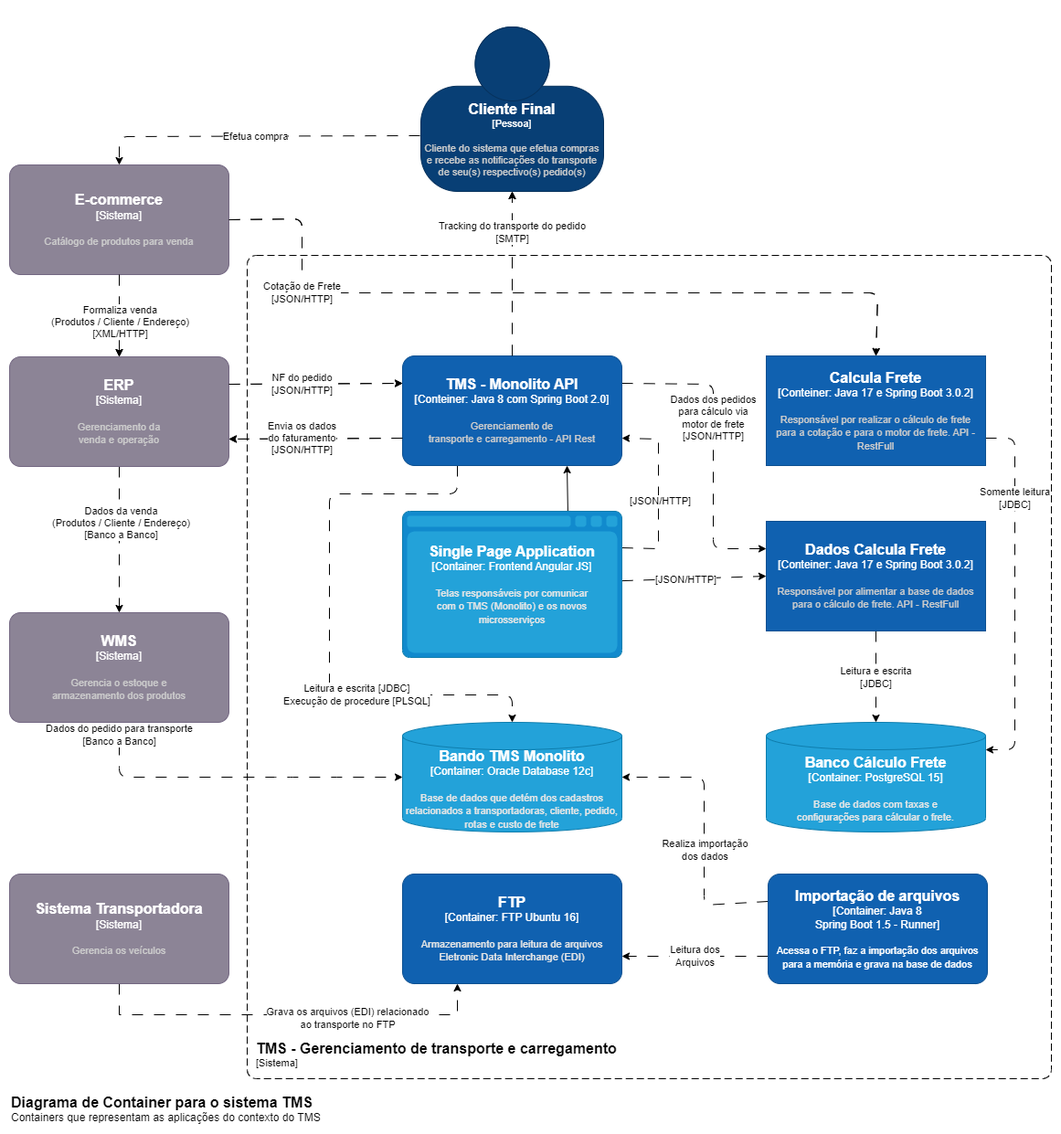
Before: diagramas/container.png, a diagram exported from draw.io (EdiPSilva/puc-minas-arquitetura-de-software). Source tidied: cells renumbered, new cells last; positions are measured from the earlier drawing's top-left corner, leaving out a move shared by most shapes.
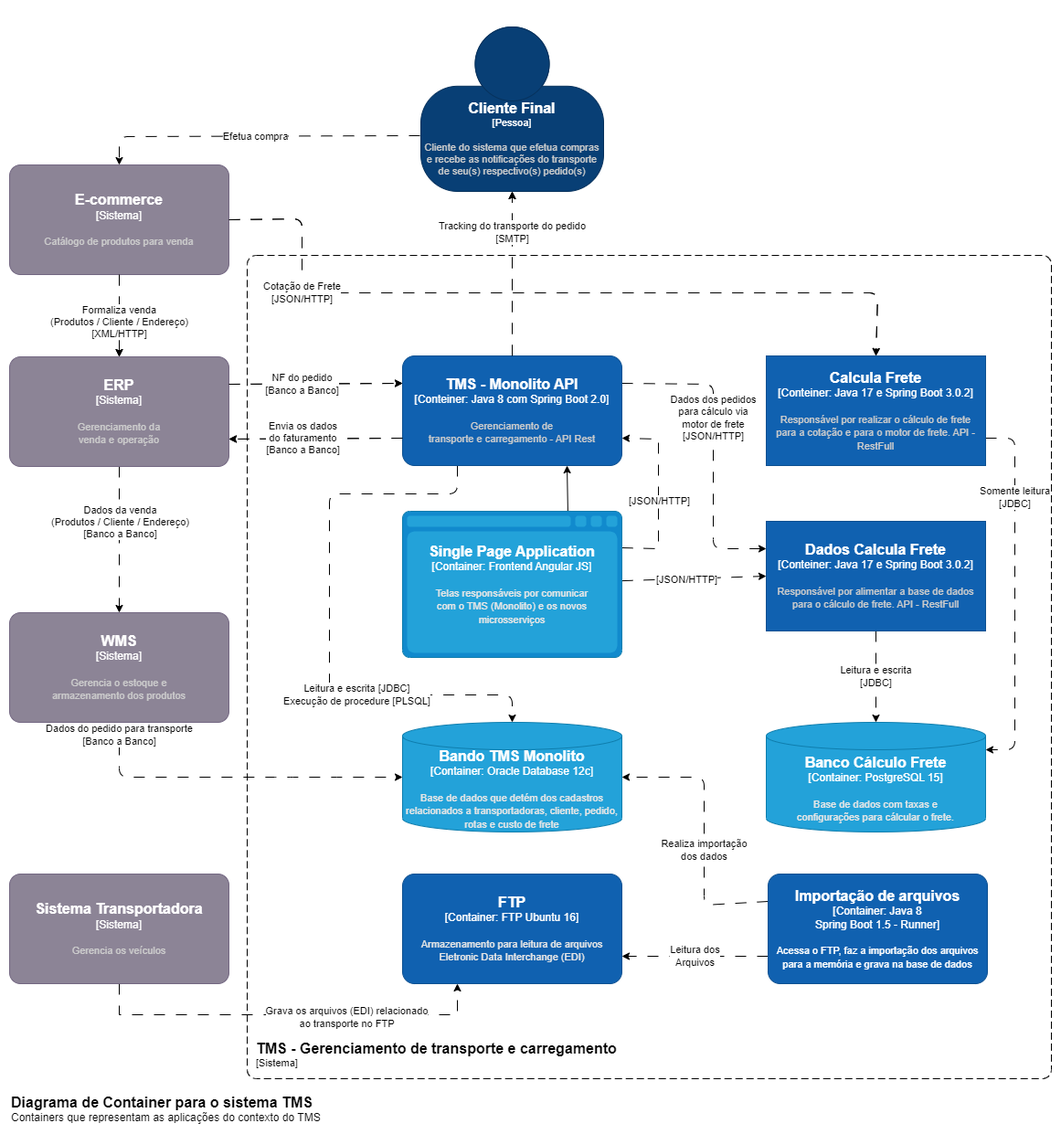
After the commit.

Change to the diagram source:
```diff
@@ -241,7 +241,7 @@
         <mxPoint x="560" y="209" as="targetPoint" />
       </mxGeometry>
     </mxCell>
-    <mxCell id="47" value="NF do pedido&lt;br&gt;[JSON/HTTP]" style="edgeStyle=none;html=1;dashed=1;dashPattern=12 12;exitX=1;exitY=0.25;exitDx=0;exitDy=0;exitPerimeter=0;entryX=0;entryY=0.25;entryDx=0;entryDy=0;entryPerimeter=0;strokeColor=#000000;fontColor=#000000;labelBackgroundColor=#FFFFFF;" parent="1" edge="1">
+    <mxCell id="47" value="NF do pedido&lt;br&gt;[Banco a Banco]" style="edgeStyle=none;html=1;dashed=1;dashPattern=12 12;exitX=1;exitY=0.25;exitDx=0;exitDy=0;exitPerimeter=0;entryX=0;entryY=0.25;entryDx=0;entryDy=0;entryPerimeter=0;strokeColor=#000000;fontColor=#000000;labelBackgroundColor=#FFFFFF;" parent="1" edge="1">
       <mxGeometry x="-0.16" relative="1" as="geometry">
         <mxPoint x="250" y="420" as="sourcePoint" />
         <mxPoint x="440" y="419" as="targetPoint" />
@@ -253,7 +253,7 @@
         <mxPoint x="250" y="480" as="targetPoint" />
       </mxGeometry>
     </mxCell>
-    <mxCell id="49" value="Envia os dados&lt;br&gt;do faturamento&lt;br&gt;[JSON/HTTP]" style="edgeLabel;html=1;align=center;verticalAlign=middle;fontColor=#000000;labelBackgroundColor=#FFFFFF;" parent="48" vertex="1">
+    <mxCell id="49" value="Envia os dados&lt;br&gt;do faturamento&lt;br&gt;[Banco a Banco]" style="edgeLabel;html=1;align=center;verticalAlign=middle;fontColor=#000000;labelBackgroundColor=#FFFFFF;" parent="48" vertex="1">
       <mxGeometry x="-0.11" y="-1" relative="1" as="geometry">
         <mxPoint x="-25" as="offset" />
       </mxGeometry>
```
